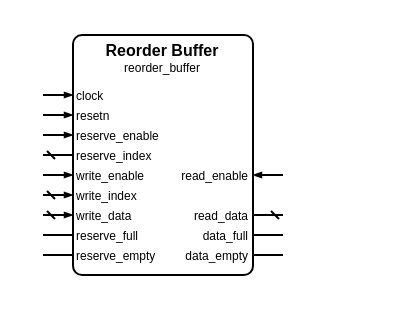
Before: sources/data/access_enable/reorder_buffer/reorder_buffer.symbol.drawio in Louis-DR/OmniCores-BuildingBlocks, a draw.io diagram. Source tidied: cells renumbered, new cells numbered last; positions are measured from the earlier drawing's top-left corner, leaving out a move shared by most shapes. Both pictures are drawn from the tidied source at 200%, with x=0, y=0 at pixel (42, 34).
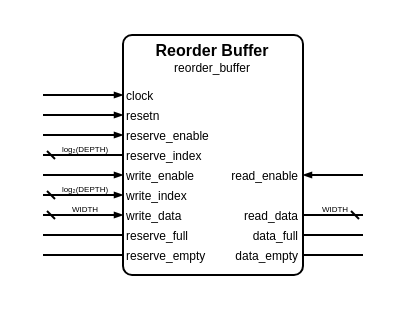
Above is the later version.

The edit, as a diff of the source:
```diff
@@
     <mxCell id="2" style="group;" parent="1" vertex="1">
-      <mxGeometry width="120" height="120" as="geometry" />
+      <mxGeometry width="160" height="120" as="geometry" />
     </mxCell>
     <mxCell id="3" style="rounded=1;arcSize=5;fillColor=none;strokeWidth=1;strokeColor=black;whiteSpace=wrap;html=1;" parent="2" vertex="1">
-      <mxGeometry x="15" width="90" height="120" as="geometry" />
+      <mxGeometry x="40" width="90" height="120" as="geometry" />
     </mxCell>
     <mxCell id="4" value="Reorder Buffer" style="text;html=1;align=center;verticalAlign=middle;whiteSpace=wrap;rounded=0;fontSize=8;fontStyle=1;fontColor=black;" parent="2" vertex="1">
-      <mxGeometry x="15" y="7" width="90" as="geometry" />
+      <mxGeometry x="40" y="7" width="90" as="geometry" />
     </mxCell>
     <mxCell id="5" value="reorder_buffer" style="text;html=1;align=center;verticalAlign=middle;whiteSpace=wrap;rounded=0;fontSize=6;fontStyle=0;fontColor=black;" parent="2" vertex="1">
-      <mxGeometry x="15" y="16" width="90" as="geometry" />
+      <mxGeometry x="40" y="16" width="90" as="geometry" />
     </mxCell>
     <mxCell id="6" value="clock" style="text;html=1;align=left;verticalAlign=middle;whiteSpace=wrap;rounded=0;fontSize=6;fontStyle=0;fontColor=black;" parent="2" vertex="1">
-      <mxGeometry x="15" y="30" width="90" as="geometry" />
+      <mxGeometry x="40" y="30" width="90" as="geometry" />
     </mxCell>
     <mxCell id="7" style="html=1;rounded=1;strokeWidth=1;strokeColor=black;startFill=0;startSize=2;startArrow=none;endFill=1;endSize=2;endArrow=blockThin;sourcePerimeterSpacing=0;" parent="2" edge="1">
       <mxGeometry relative="1" as="geometry">
         <mxPoint y="30" as="sourcePoint" />
-        <mxPoint x="15" y="30" as="targetPoint" />
+        <mxPoint x="40" y="30" as="targetPoint" />
       </mxGeometry>
     </mxCell>
     <mxCell id="8" value="resetn" style="text;html=1;align=left;verticalAlign=middle;whiteSpace=wrap;rounded=0;fontSize=6;fontStyle=0;fontColor=black;" parent="2" vertex="1">
-      <mxGeometry x="15" y="40" width="90" as="geometry" />
+      <mxGeometry x="40" y="40" width="90" as="geometry" />
     </mxCell>
     <mxCell id="9" style="html=1;rounded=1;strokeWidth=1;strokeColor=black;startFill=0;startSize=2;startArrow=none;endFill=1;endSize=2;endArrow=blockThin;sourcePerimeterSpacing=0;" parent="2" edge="1">
       <mxGeometry relative="1" as="geometry">
         <mxPoint y="40" as="sourcePoint" />
-        <mxPoint x="15" y="40" as="targetPoint" />
+        <mxPoint x="40" y="40" as="targetPoint" />
       </mxGeometry>
     </mxCell>
     <mxCell id="10" value="reserve_enable" style="text;html=1;align=left;verticalAlign=middle;whiteSpace=wrap;rounded=0;fontSize=6;fontStyle=0;fontColor=black;" parent="2" vertex="1">
-      <mxGeometry x="15" y="50" width="90" as="geometry" />
+      <mxGeometry x="40" y="50" width="90" as="geometry" />
     </mxCell>
     <mxCell id="11" style="html=1;rounded=1;strokeWidth=1;strokeColor=black;startFill=0;startSize=2;startArrow=none;endFill=1;endSize=2;endArrow=blockThin;sourcePerimeterSpacing=0;" parent="2" edge="1">
       <mxGeometry relative="1" as="geometry">
         <mxPoint y="50" as="sourcePoint" />
-        <mxPoint x="15" y="50" as="targetPoint" />
+        <mxPoint x="40" y="50" as="targetPoint" />
       </mxGeometry>
     </mxCell>
     <mxCell id="12" value="reserve_index" style="text;html=1;align=left;verticalAlign=middle;whiteSpace=wrap;rounded=0;fontSize=6;fontStyle=0;fontColor=black;" parent="2" vertex="1">
-      <mxGeometry x="15" y="60" width="90" as="geometry" />
+      <mxGeometry x="40" y="60" width="90" as="geometry" />
     </mxCell>
     <mxCell id="13" style="html=1;rounded=1;strokeWidth=1;strokeColor=black;startFill=0;startSize=2;startArrow=dash;endFill=1;endSize=2;endArrow=none;sourcePerimeterSpacing=0;" parent="2" edge="1">
       <mxGeometry relative="1" as="geometry">
         <mxPoint y="60" as="sourcePoint" />
-        <mxPoint x="15" y="60" as="targetPoint" />
+        <mxPoint x="40" y="60" as="targetPoint" />
       </mxGeometry>
     </mxCell>
+    <mxCell id="32" value="log₂(DEPTH)" style="text;html=1;align=center;verticalAlign=middle;whiteSpace=nowrap;rounded=0;fontSize=4;fontStyle=0;fontColor=black;" parent="2" vertex="1">
+      <mxGeometry x="20" y="57" as="geometry" />
+    </mxCell>
     <mxCell id="14" value="write_enable" style="text;html=1;align=left;verticalAlign=middle;whiteSpace=wrap;rounded=0;fontSize=6;fontStyle=0;fontColor=black;" parent="2" vertex="1">
-      <mxGeometry x="15" y="70" width="90" as="geometry" />
+      <mxGeometry x="40" y="70" width="90" as="geometry" />
     </mxCell>
     <mxCell id="15" style="html=1;rounded=1;strokeWidth=1;strokeColor=black;startFill=0;startSize=2;startArrow=none;endFill=1;endSize=2;endArrow=blockThin;sourcePerimeterSpacing=0;" parent="2" edge="1">
       <mxGeometry relative="1" as="geometry">
         <mxPoint y="70" as="sourcePoint" />
-        <mxPoint x="15" y="70" as="targetPoint" />
+        <mxPoint x="40" y="70" as="targetPoint" />
       </mxGeometry>
     </mxCell>
     <mxCell id="16" value="read_enable" style="text;html=1;align=right;verticalAlign=middle;whiteSpace=wrap;rounded=0;fontSize=6;fontStyle=0;fontColor=black;" parent="2" vertex="1">
-      <mxGeometry x="15" y="70" width="90" as="geometry" />
+      <mxGeometry x="40" y="70" width="90" as="geometry" />
     </mxCell>
     <mxCell id="17" style="html=1;rounded=1;strokeWidth=1;strokeColor=black;startFill=0;startSize=2;startArrow=none;endFill=1;endSize=2;endArrow=blockThin;sourcePerimeterSpacing=0;" parent="2" edge="1">
       <mxGeometry relative="1" as="geometry">
-        <mxPoint x="120" y="70" as="sourcePoint" />
-        <mxPoint x="105" y="70" as="targetPoint" />
+        <mxPoint x="160" y="70" as="sourcePoint" />
+        <mxPoint x="130" y="70" as="targetPoint" />
       </mxGeometry>
     </mxCell>
     <mxCell id="18" value="write_index" style="text;html=1;align=left;verticalAlign=middle;whiteSpace=wrap;rounded=0;fontSize=6;fontStyle=0;fontColor=black;" parent="2" vertex="1">
-      <mxGeometry x="15" y="80" width="90" as="geometry" />
+      <mxGeometry x="40" y="80" width="90" as="geometry" />
     </mxCell>
     <mxCell id="19" style="html=1;rounded=1;strokeWidth=1;strokeColor=black;startFill=0;startSize=2;startArrow=dash;endFill=1;endSize=2;endArrow=blockThin;sourcePerimeterSpacing=0;" parent="2" edge="1">
       <mxGeometry relative="1" as="geometry">
         <mxPoint y="80" as="sourcePoint" />
-        <mxPoint x="15" y="80" as="targetPoint" />
+        <mxPoint x="40" y="80" as="targetPoint" />
       </mxGeometry>
     </mxCell>
+    <mxCell id="33" value="log₂(DEPTH)" style="text;html=1;align=center;verticalAlign=middle;whiteSpace=nowrap;rounded=0;fontSize=4;fontStyle=0;fontColor=black;" parent="2" vertex="1">
+      <mxGeometry x="20" y="77" as="geometry" />
+    </mxCell>
     <mxCell id="20" value="write_data" style="text;html=1;align=left;verticalAlign=middle;whiteSpace=wrap;rounded=0;fontSize=6;fontStyle=0;fontColor=black;" parent="2" vertex="1">
-      <mxGeometry x="15" y="90" width="90" as="geometry" />
+      <mxGeometry x="40" y="90" width="90" as="geometry" />
     </mxCell>
     <mxCell id="21" style="html=1;rounded=1;strokeWidth=1;strokeColor=black;startFill=0;startSize=2;startArrow=dash;endFill=1;endSize=2;endArrow=blockThin;sourcePerimeterSpacing=0;" parent="2" edge="1">
       <mxGeometry relative="1" as="geometry">
         <mxPoint y="90" as="sourcePoint" />
-        <mxPoint x="15" y="90" as="targetPoint" />
+        <mxPoint x="40" y="90" as="targetPoint" />
       </mxGeometry>
     </mxCell>
+    <mxCell id="34" value="WIDTH" style="text;html=1;align=center;verticalAlign=middle;whiteSpace=nowrap;rounded=0;fontSize=4;fontStyle=0;fontColor=black;" parent="2" vertex="1">
+      <mxGeometry x="20" y="87" as="geometry" />
+    </mxCell>
     <mxCell id="22" value="read_data" style="text;html=1;align=right;verticalAlign=middle;whiteSpace=wrap;rounded=0;fontSize=6;fontStyle=0;fontColor=black;" parent="2" vertex="1">
-      <mxGeometry x="15" y="90" width="90" as="geometry" />
+      <mxGeometry x="40" y="90" width="90" as="geometry" />
     </mxCell>
     <mxCell id="23" style="html=1;rounded=1;strokeWidth=1;strokeColor=black;startFill=0;startSize=2;startArrow=dash;endFill=1;endSize=2;endArrow=none;sourcePerimeterSpacing=0;" parent="2" edge="1">
       <mxGeometry relative="1" as="geometry">
-        <mxPoint x="120" y="90" as="sourcePoint" />
-        <mxPoint x="105" y="90" as="targetPoint" />
+        <mxPoint x="160" y="90" as="sourcePoint" />
+        <mxPoint x="130" y="90" as="targetPoint" />
       </mxGeometry>
     </mxCell>
+    <mxCell id="35" value="WIDTH" style="text;html=1;align=center;verticalAlign=middle;whiteSpace=nowrap;rounded=0;fontSize=4;fontStyle=0;fontColor=black;" parent="2" vertex="1">
+      <mxGeometry x="145" y="87" as="geometry" />
+    </mxCell>
     <mxCell id="24" value="reserve_full" style="text;html=1;align=left;verticalAlign=middle;whiteSpace=wrap;rounded=0;fontSize=6;fontStyle=0;fontColor=black;" parent="2" vertex="1">
-      <mxGeometry x="15" y="100" width="90" as="geometry" />
+      <mxGeometry x="40" y="100" width="90" as="geometry" />
     </mxCell>
     <mxCell id="25" style="html=1;rounded=1;strokeWidth=1;strokeColor=black;startFill=0;startSize=2;startArrow=none;endFill=1;endSize=2;endArrow=none;sourcePerimeterSpacing=0;" parent="2" edge="1">
       <mxGeometry relative="1" as="geometry">
         <mxPoint y="100" as="sourcePoint" />
-        <mxPoint x="15" y="100" as="targetPoint" />
+        <mxPoint x="40" y="100" as="targetPoint" />
       </mxGeometry>
     </mxCell>
     <mxCell id="26" value="data_full" style="text;html=1;align=right;verticalAlign=middle;whiteSpace=wrap;rounded=0;fontSize=6;fontStyle=0;fontColor=black;" parent="2" vertex="1">
-      <mxGeometry x="15" y="100" width="90" as="geometry" />
+      <mxGeometry x="40" y="100" width="90" as="geometry" />
     </mxCell>
     <mxCell id="27" style="html=1;rounded=1;strokeWidth=1;strokeColor=black;startFill=0;startSize=2;startArrow=none;endFill=1;endSize=2;endArrow=none;sourcePerimeterSpacing=0;" parent="2" edge="1">
       <mxGeometry relative="1" as="geometry">
-        <mxPoint x="120" y="100" as="sourcePoint" />
-        <mxPoint x="105" y="100" as="targetPoint" />
+        <mxPoint x="160" y="100" as="sourcePoint" />
+        <mxPoint x="130" y="100" as="targetPoint" />
       </mxGeometry>
     </mxCell>
     <mxCell id="28" value="reserve_empty" style="text;html=1;align=left;verticalAlign=middle;whiteSpace=wrap;rounded=0;fontSize=6;fontStyle=0;fontColor=black;" parent="2" vertex="1">
-      <mxGeometry x="15" y="110" width="90" as="geometry" />
+      <mxGeometry x="40" y="110" width="90" as="geometry" />
     </mxCell>
     <mxCell id="29" style="html=1;rounded=1;strokeWidth=1;strokeColor=black;startFill=0;startSize=2;startArrow=none;endFill=1;endSize=2;endArrow=none;sourcePerimeterSpacing=0;" parent="2" edge="1">
       <mxGeometry relative="1" as="geometry">
         <mxPoint y="110" as="sourcePoint" />
-        <mxPoint x="15" y="110" as="targetPoint" />
+        <mxPoint x="40" y="110" as="targetPoint" />
       </mxGeometry>
     </mxCell>
     <mxCell id="30" value="data_empty" style="text;html=1;align=right;verticalAlign=middle;whiteSpace=wrap;rounded=0;fontSize=6;fontStyle=0;fontColor=black;" parent="2" vertex="1">
-      <mxGeometry x="15" y="110" width="90" as="geometry" />
+      <mxGeometry x="40" y="110" width="90" as="geometry" />
     </mxCell>
     <mxCell id="31" style="html=1;rounded=1;strokeWidth=1;strokeColor=black;startFill=0;startSize=2;startArrow=none;endFill=1;endSize=2;endArrow=none;sourcePerimeterSpacing=0;" parent="2" edge="1">
       <mxGeometry relative="1" as="geometry">
-        <mxPoint x="120" y="110" as="sourcePoint" />
-        <mxPoint x="105" y="110" as="targetPoint" />
+        <mxPoint x="160" y="110" as="sourcePoint" />
+        <mxPoint x="130" y="110" as="targetPoint" />
       </mxGeometry>
     </mxCell>
```
